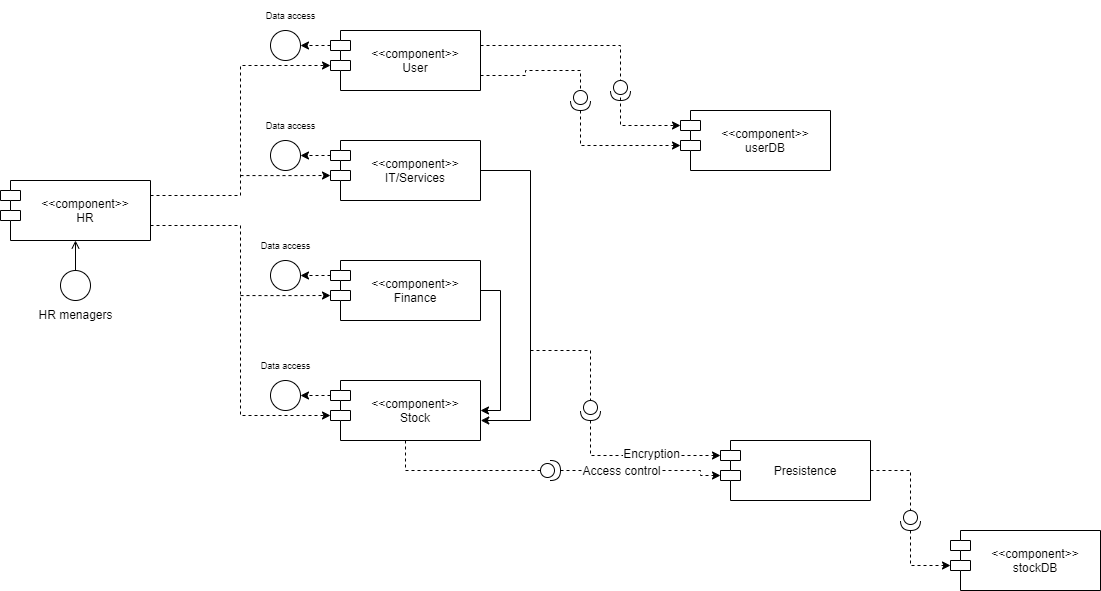
kjahaj/Inventory-system-Door-7-guys. keeps this draw.io diagram as Component Diagrams/HRComponent.drawio.png. Above is the earlier version. Source tidied: cells renumbered, new cells last; positions are measured from the earlier drawing's top-left corner, leaving out a move shared by most shapes. Its diagram source:
```xml
<mxGraphModel>
  <root>
    <mxCell id="0" />
    <mxCell id="1" parent="0" />
    <mxCell id="2" style="edgeStyle=orthogonalEdgeStyle;rounded=0;jettySize=auto;html=1;exitX=1;exitY=0.25;exitDx=0;exitDy=0;entryX=0;entryY=0;entryDx=0;entryDy=35;entryPerimeter=0;dashed=1;" parent="1" edge="1" source="4" target="17">
      <mxGeometry relative="1" as="geometry" />
    </mxCell>
    <mxCell id="3" style="edgeStyle=orthogonalEdgeStyle;rounded=0;jettySize=auto;html=1;exitX=1;exitY=0.75;exitDx=0;exitDy=0;entryX=0;entryY=0;entryDx=0;entryDy=35;entryPerimeter=0;dashed=1;" parent="1" edge="1" source="4" target="9">
      <mxGeometry relative="1" as="geometry" />
    </mxCell>
    <mxCell id="4" value="&lt;&lt;component&gt;&gt;&#10;HR" style="shape=module;align=left;spacingLeft=20;align=center;verticalAlign=middle;fillStyle=auto;horizontal=1;" parent="1" vertex="1">
      <mxGeometry y="180" width="150" height="60" as="geometry" />
    </mxCell>
    <mxCell id="5" style="ellipse;html=1;fillStyle=auto;" parent="1" vertex="1">
      <mxGeometry x="60" y="270" width="30" height="30" as="geometry" />
    </mxCell>
    <mxCell id="6" style="endArrow=open;html=1;rounded=0;align=center;verticalAlign=top;endFill=0;labelBackgroundColor=none;endSize=6;entryX=0.5;entryY=1;entryDx=0;entryDy=0;" parent="1" edge="1" source="5" target="4">
      <mxGeometry relative="1" as="geometry" />
    </mxCell>
    <mxCell id="7" value="HR menagers" style="text;html=1;align=center;verticalAlign=middle;strokeColor=none;fillColor=none;" parent="1" vertex="1">
      <mxGeometry x="25" y="300" width="100" height="30" as="geometry" />
    </mxCell>
    <mxCell id="8" style="edgeStyle=orthogonalEdgeStyle;rounded=0;jettySize=auto;html=1;exitX=0;exitY=0;exitDx=0;exitDy=15;exitPerimeter=0;dashed=1;" parent="1" edge="1" source="9">
      <mxGeometry relative="1" as="geometry">
        <mxPoint x="300" y="395.1" as="targetPoint" />
      </mxGeometry>
    </mxCell>
    <mxCell id="9" value="&lt;&lt;component&gt;&gt;&#10;Stock" style="shape=module;align=left;spacingLeft=20;align=center;verticalAlign=middle;fillStyle=auto;horizontal=1;" parent="1" vertex="1">
      <mxGeometry x="330" y="380" width="150" height="60" as="geometry" />
    </mxCell>
    <mxCell id="10" style="edgeStyle=orthogonalEdgeStyle;rounded=0;jettySize=auto;html=1;entryX=1;entryY=0.5;entryDx=0;entryDy=0;" parent="1" edge="1" source="12" target="9">
      <mxGeometry relative="1" as="geometry">
        <Array as="points">
          <mxPoint x="500" y="290" />
          <mxPoint x="500" y="410" />
        </Array>
      </mxGeometry>
    </mxCell>
    <mxCell id="11" style="edgeStyle=orthogonalEdgeStyle;rounded=0;jettySize=auto;html=1;exitX=0;exitY=0;exitDx=0;exitDy=35;exitPerimeter=0;dashed=1;entryX=0;entryY=0;entryDx=0;entryDy=35;entryPerimeter=0;" parent="1" edge="1" target="12">
      <mxGeometry relative="1" as="geometry">
        <mxPoint x="240" y="295.1" as="sourcePoint" />
      </mxGeometry>
    </mxCell>
    <mxCell id="12" value="&lt;&lt;component&gt;&gt;&#10;Finance" style="shape=module;align=left;spacingLeft=20;align=center;verticalAlign=middle;fillStyle=auto;horizontal=1;" parent="1" vertex="1">
      <mxGeometry x="330" y="260" width="150" height="60" as="geometry" />
    </mxCell>
    <mxCell id="13" style="edgeStyle=orthogonalEdgeStyle;rounded=0;jettySize=auto;html=1;exitX=1;exitY=0.5;exitDx=0;exitDy=0;" parent="1" edge="1" source="15">
      <mxGeometry relative="1" as="geometry">
        <mxPoint x="480.3" y="420" as="targetPoint" />
        <Array as="points">
          <mxPoint x="530" y="170" />
          <mxPoint x="530" y="420" />
        </Array>
      </mxGeometry>
    </mxCell>
    <mxCell id="14" style="edgeStyle=orthogonalEdgeStyle;rounded=0;jettySize=auto;html=1;exitX=0;exitY=0;exitDx=0;exitDy=35;exitPerimeter=0;dashed=1;entryX=0;entryY=0;entryDx=0;entryDy=35;entryPerimeter=0;" parent="1" edge="1" target="15">
      <mxGeometry relative="1" as="geometry">
        <mxPoint x="240" y="175.1" as="sourcePoint" />
      </mxGeometry>
    </mxCell>
    <mxCell id="15" value="&lt;&lt;component&gt;&gt;&#10;IT/Services" style="shape=module;align=left;spacingLeft=20;align=center;verticalAlign=middle;fillStyle=auto;horizontal=1;" parent="1" vertex="1">
      <mxGeometry x="330" y="140" width="150" height="60" as="geometry" />
    </mxCell>
    <mxCell id="16" style="edgeStyle=orthogonalEdgeStyle;rounded=0;jettySize=auto;html=1;exitX=1;exitY=0.25;exitDx=0;exitDy=0;entryX=0;entryY=0;entryDx=0;entryDy=15;entryPerimeter=0;dashed=1;fontSize=12;" parent="1" edge="1" source="17" target="43">
      <mxGeometry relative="1" as="geometry">
        <Array as="points">
          <mxPoint x="620" y="45" />
          <mxPoint x="620" y="125" />
        </Array>
      </mxGeometry>
    </mxCell>
    <mxCell id="17" value="&lt;&lt;component&gt;&gt;&#10;User" style="shape=module;align=left;spacingLeft=20;align=center;verticalAlign=middle;fillStyle=auto;horizontal=1;" parent="1" vertex="1">
      <mxGeometry x="330" y="30" width="150" height="60" as="geometry" />
    </mxCell>
    <mxCell id="18" style="ellipse;html=1;fillStyle=auto;" parent="1" vertex="1">
      <mxGeometry x="270" y="380" width="30" height="30" as="geometry" />
    </mxCell>
    <mxCell id="19" style="edgeStyle=orthogonalEdgeStyle;rounded=0;orthogonalLoop=1;jettySize=auto;html=1;exitX=0;exitY=0;exitDx=0;exitDy=15;exitPerimeter=0;dashed=1;" parent="1" edge="1">
      <mxGeometry relative="1" as="geometry">
        <mxPoint x="330" y="275" as="sourcePoint" />
        <mxPoint x="300" y="275.1" as="targetPoint" />
      </mxGeometry>
    </mxCell>
    <mxCell id="20" style="ellipse;html=1;fillStyle=auto;" parent="1" vertex="1">
      <mxGeometry x="270" y="260" width="30" height="30" as="geometry" />
    </mxCell>
    <mxCell id="21" style="edgeStyle=orthogonalEdgeStyle;rounded=0;orthogonalLoop=1;jettySize=auto;html=1;exitX=0;exitY=0;exitDx=0;exitDy=15;exitPerimeter=0;dashed=1;" parent="1" edge="1">
      <mxGeometry relative="1" as="geometry">
        <mxPoint x="330" y="155" as="sourcePoint" />
        <mxPoint x="300" y="155.1" as="targetPoint" />
      </mxGeometry>
    </mxCell>
    <mxCell id="22" style="ellipse;html=1;fillStyle=auto;" parent="1" vertex="1">
      <mxGeometry x="270" y="140" width="30" height="30" as="geometry" />
    </mxCell>
    <mxCell id="23" style="edgeStyle=orthogonalEdgeStyle;rounded=0;orthogonalLoop=1;jettySize=auto;html=1;exitX=0;exitY=0;exitDx=0;exitDy=15;exitPerimeter=0;dashed=1;" parent="1" edge="1">
      <mxGeometry relative="1" as="geometry">
        <mxPoint x="330" y="45" as="sourcePoint" />
        <mxPoint x="300" y="45.1" as="targetPoint" />
      </mxGeometry>
    </mxCell>
    <mxCell id="24" style="ellipse;html=1;fillStyle=auto;" parent="1" vertex="1">
      <mxGeometry x="270" y="30" width="30" height="30" as="geometry" />
    </mxCell>
    <mxCell id="25" value="&lt;font style=&quot;font-size: 9px;&quot;&gt;Data access&lt;/font&gt;" style="text;html=1;align=center;verticalAlign=middle;strokeColor=none;fillColor=none;" parent="1" vertex="1">
      <mxGeometry x="255" width="70" height="30" as="geometry" />
    </mxCell>
    <mxCell id="26" value="&lt;font style=&quot;font-size: 9px;&quot;&gt;Data access&lt;/font&gt;" style="text;html=1;align=center;verticalAlign=middle;strokeColor=none;fillColor=none;" parent="1" vertex="1">
      <mxGeometry x="250" y="350" width="70" height="30" as="geometry" />
    </mxCell>
    <mxCell id="27" value="&lt;font style=&quot;font-size: 9px;&quot;&gt;Data access&lt;/font&gt;" style="text;html=1;align=center;verticalAlign=middle;strokeColor=none;fillColor=none;" parent="1" vertex="1">
      <mxGeometry x="250" y="230" width="70" height="30" as="geometry" />
    </mxCell>
    <mxCell id="28" value="&lt;font style=&quot;font-size: 9px;&quot;&gt;Data access&lt;/font&gt;" style="text;html=1;align=center;verticalAlign=middle;strokeColor=none;fillColor=none;" parent="1" vertex="1">
      <mxGeometry x="255" y="110" width="70" height="30" as="geometry" />
    </mxCell>
    <mxCell id="29" style="edgeStyle=orthogonalEdgeStyle;rounded=0;jettySize=auto;html=1;exitX=1;exitY=0.5;exitDx=0;exitDy=0;entryX=0;entryY=0;entryDx=0;entryDy=35;dashed=1;fontSize=9;entryPerimeter=0;startArrow=none;exitPerimeter=0;" parent="1" edge="1" source="38" target="32">
      <mxGeometry relative="1" as="geometry">
        <Array as="points">
          <mxPoint x="700" y="470" />
          <mxPoint x="700" y="475" />
        </Array>
      </mxGeometry>
    </mxCell>
    <mxCell id="30" value="Access control" style="edgeLabel;html=1;align=center;verticalAlign=middle;fontSize=12;" parent="29" vertex="1">
      <mxGeometry x="-0.43" y="-3" relative="1" as="geometry">
        <mxPoint x="13" y="-3" as="offset" />
      </mxGeometry>
    </mxCell>
    <mxCell id="31" style="edgeStyle=orthogonalEdgeStyle;rounded=0;jettySize=auto;html=1;dashed=1;fontSize=9;entryX=0;entryY=0;entryDx=0;entryDy=35;entryPerimeter=0;startArrow=none;exitX=1;exitY=0.5;exitDx=0;exitDy=0;exitPerimeter=0;" parent="1" edge="1" source="41" target="39">
      <mxGeometry relative="1" as="geometry" />
    </mxCell>
    <mxCell id="32" value="Presistence" style="shape=module;align=left;spacingLeft=20;align=center;verticalAlign=middle;fillStyle=auto;horizontal=1;" parent="1" vertex="1">
      <mxGeometry x="720" y="440" width="150" height="60" as="geometry" />
    </mxCell>
    <mxCell id="33" style="endArrow=classic;html=1;rounded=0;dashed=1;fontSize=9;entryX=0;entryY=0;entryDx=0;entryDy=15;entryPerimeter=0;startArrow=none;" parent="1" edge="1" source="36" target="32">
      <mxGeometry relative="1" as="geometry">
        <Array as="points">
          <mxPoint x="590" y="455" />
        </Array>
      </mxGeometry>
    </mxCell>
    <mxCell id="34" value="&lt;font style=&quot;font-size: 12px;&quot;&gt;Encryption&lt;/font&gt;" style="edgeLabel;html=1;align=center;verticalAlign=middle;fontSize=9;" parent="33" vertex="1">
      <mxGeometry x="-0.2" y="2" relative="1" as="geometry">
        <mxPoint x="29" as="offset" />
      </mxGeometry>
    </mxCell>
    <mxCell id="35" style="endArrow=none;html=1;rounded=0;dashed=1;fontSize=9;entryX=0;entryY=0.5;entryDx=0;entryDy=0;entryPerimeter=0;" parent="1" edge="1" target="36">
      <mxGeometry relative="1" as="geometry">
        <mxPoint x="530" y="350" as="sourcePoint" />
        <Array as="points">
          <mxPoint x="590" y="350" />
        </Array>
      </mxGeometry>
    </mxCell>
    <mxCell id="36" style="shape=providedRequiredInterface;html=1;verticalLabelPosition=bottom;sketch=0;fontSize=9;direction=south;" parent="1" vertex="1">
      <mxGeometry x="580" y="400" width="20" height="20" as="geometry" />
    </mxCell>
    <mxCell id="37" style="edgeStyle=orthogonalEdgeStyle;rounded=0;jettySize=auto;html=1;exitX=0.5;exitY=1;exitDx=0;exitDy=0;entryX=0;entryY=0.5;entryDx=0;entryDy=0;dashed=1;fontSize=9;entryPerimeter=0;endArrow=none;" parent="1" edge="1" source="9" target="38">
      <mxGeometry relative="1" as="geometry">
        <Array as="points">
          <mxPoint x="405" y="470" />
        </Array>
      </mxGeometry>
    </mxCell>
    <mxCell id="38" style="shape=providedRequiredInterface;html=1;verticalLabelPosition=bottom;sketch=0;fontSize=9;" parent="1" vertex="1">
      <mxGeometry x="540" y="460" width="20" height="20" as="geometry" />
    </mxCell>
    <mxCell id="39" value="&lt;&lt;component&gt;&gt;&#10;stockDB" style="shape=module;align=left;spacingLeft=20;align=center;verticalAlign=middle;fillStyle=auto;horizontal=1;" parent="1" vertex="1">
      <mxGeometry x="950" y="530" width="150" height="60" as="geometry" />
    </mxCell>
    <mxCell id="40" style="edgeStyle=orthogonalEdgeStyle;rounded=0;jettySize=auto;html=1;dashed=1;fontSize=9;entryX=0;entryY=0.5;entryDx=0;entryDy=0;entryPerimeter=0;endArrow=none;" parent="1" edge="1" source="32" target="41">
      <mxGeometry relative="1" as="geometry" />
    </mxCell>
    <mxCell id="41" style="shape=providedRequiredInterface;html=1;verticalLabelPosition=bottom;sketch=0;fontSize=9;direction=south;" parent="1" vertex="1">
      <mxGeometry x="900" y="510" width="20" height="20" as="geometry" />
    </mxCell>
    <mxCell id="42" style="edgeStyle=orthogonalEdgeStyle;rounded=0;jettySize=auto;html=1;exitX=1;exitY=0.5;exitDx=0;exitDy=0;entryX=0;entryY=0;entryDx=0;entryDy=35;dashed=1;fontSize=12;entryPerimeter=0;startArrow=none;exitPerimeter=0;" parent="1" edge="1" source="45" target="43">
      <mxGeometry relative="1" as="geometry" />
    </mxCell>
    <mxCell id="43" value="&lt;&lt;component&gt;&gt;&#10;userDB" style="shape=module;align=left;spacingLeft=20;align=center;verticalAlign=middle;fillStyle=auto;horizontal=1;" parent="1" vertex="1">
      <mxGeometry x="680" y="110" width="150" height="60" as="geometry" />
    </mxCell>
    <mxCell id="44" style="edgeStyle=orthogonalEdgeStyle;rounded=0;jettySize=auto;html=1;exitX=1;exitY=0.75;exitDx=0;exitDy=0;entryX=0;entryY=0.5;entryDx=0;entryDy=0;dashed=1;fontSize=12;entryPerimeter=0;endArrow=none;" parent="1" edge="1" source="17" target="45">
      <mxGeometry relative="1" as="geometry" />
    </mxCell>
    <mxCell id="45" style="shape=providedRequiredInterface;html=1;verticalLabelPosition=bottom;sketch=0;fontSize=9;direction=south;" parent="1" vertex="1">
      <mxGeometry x="570" y="90" width="20" height="20" as="geometry" />
    </mxCell>
    <mxCell id="46" style="shape=providedRequiredInterface;html=1;verticalLabelPosition=bottom;sketch=0;fontSize=9;direction=south;" parent="1" vertex="1">
      <mxGeometry x="610" y="80" width="20" height="20" as="geometry" />
    </mxCell>
  </root>
</mxGraphModel>
```
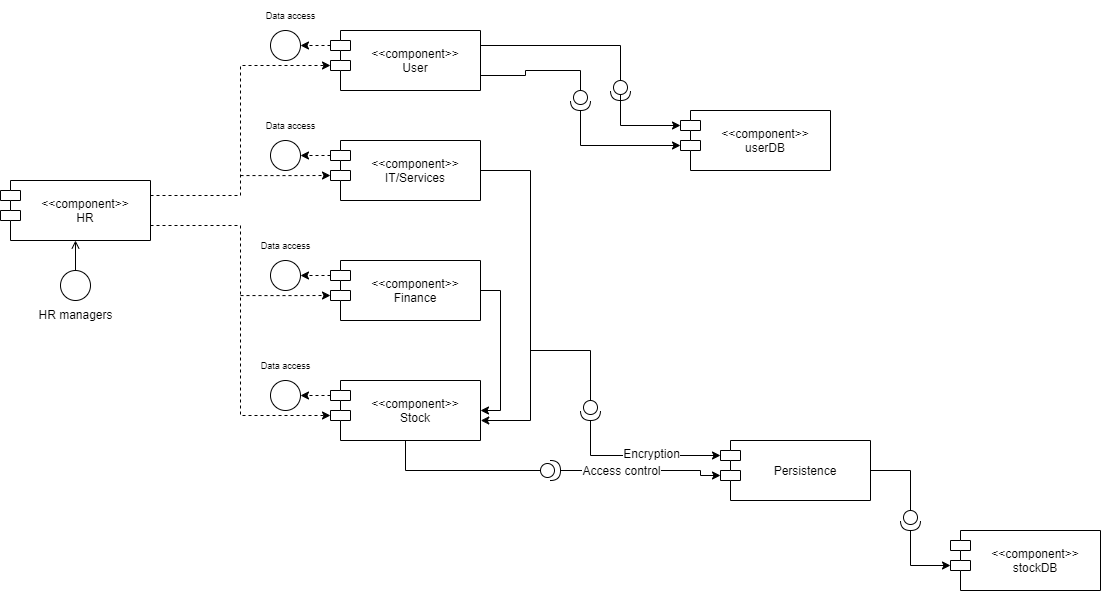
Above is the later version.

Change to the diagram source:
```diff
@@ -17,7 +17,7 @@
     <mxCell id="6" style="endArrow=open;html=1;rounded=0;align=center;verticalAlign=top;endFill=0;labelBackgroundColor=none;endSize=6;entryX=0.5;entryY=1;entryDx=0;entryDy=0;" parent="1" edge="1" source="5" target="4">
       <mxGeometry relative="1" as="geometry" />
     </mxCell>
-    <mxCell id="7" value="HR menagers" style="text;html=1;align=center;verticalAlign=middle;strokeColor=none;fillColor=none;" parent="1" vertex="1">
+    <mxCell id="7" value="HR managers" style="text;html=1;align=center;verticalAlign=middle;strokeColor=none;fillColor=none;" parent="1" vertex="1">
       <mxGeometry x="25" y="300" width="100" height="30" as="geometry" />
     </mxCell>
     <mxCell id="8" style="edgeStyle=orthogonalEdgeStyle;rounded=0;jettySize=auto;html=1;exitX=0;exitY=0;exitDx=0;exitDy=15;exitPerimeter=0;dashed=1;" parent="1" edge="1" source="9">
@@ -61,7 +61,7 @@
     <mxCell id="15" value="&lt;&lt;component&gt;&gt;&#10;IT/Services" style="shape=module;align=left;spacingLeft=20;align=center;verticalAlign=middle;fillStyle=auto;horizontal=1;" parent="1" vertex="1">
       <mxGeometry x="330" y="140" width="150" height="60" as="geometry" />
     </mxCell>
-    <mxCell id="16" style="edgeStyle=orthogonalEdgeStyle;rounded=0;jettySize=auto;html=1;exitX=1;exitY=0.25;exitDx=0;exitDy=0;entryX=0;entryY=0;entryDx=0;entryDy=15;entryPerimeter=0;dashed=1;fontSize=12;" parent="1" edge="1" source="17" target="43">
+    <mxCell id="16" style="edgeStyle=orthogonalEdgeStyle;rounded=0;jettySize=auto;html=1;exitX=1;exitY=0.25;exitDx=0;exitDy=0;entryX=0;entryY=0;entryDx=0;entryDy=15;entryPerimeter=0;fontSize=12;" parent="1" edge="1" source="17" target="43">
       <mxGeometry relative="1" as="geometry">
         <Array as="points">
           <mxPoint x="620" y="45" />
@@ -114,7 +114,7 @@
     <mxCell id="28" value="&lt;font style=&quot;font-size: 9px;&quot;&gt;Data access&lt;/font&gt;" style="text;html=1;align=center;verticalAlign=middle;strokeColor=none;fillColor=none;" parent="1" vertex="1">
       <mxGeometry x="255" y="110" width="70" height="30" as="geometry" />
     </mxCell>
-    <mxCell id="29" style="edgeStyle=orthogonalEdgeStyle;rounded=0;jettySize=auto;html=1;exitX=1;exitY=0.5;exitDx=0;exitDy=0;entryX=0;entryY=0;entryDx=0;entryDy=35;dashed=1;fontSize=9;entryPerimeter=0;startArrow=none;exitPerimeter=0;" parent="1" edge="1" source="38" target="32">
+    <mxCell id="29" style="edgeStyle=orthogonalEdgeStyle;rounded=0;jettySize=auto;html=1;exitX=1;exitY=0.5;exitDx=0;exitDy=0;entryX=0;entryY=0;entryDx=0;entryDy=35;fontSize=9;entryPerimeter=0;startArrow=none;exitPerimeter=0;" parent="1" edge="1" source="38" target="32">
       <mxGeometry relative="1" as="geometry">
         <Array as="points">
           <mxPoint x="700" y="470" />
@@ -127,13 +127,13 @@
         <mxPoint x="13" y="-3" as="offset" />
       </mxGeometry>
     </mxCell>
-    <mxCell id="31" style="edgeStyle=orthogonalEdgeStyle;rounded=0;jettySize=auto;html=1;dashed=1;fontSize=9;entryX=0;entryY=0;entryDx=0;entryDy=35;entryPerimeter=0;startArrow=none;exitX=1;exitY=0.5;exitDx=0;exitDy=0;exitPerimeter=0;" parent="1" edge="1" source="41" target="39">
+    <mxCell id="31" style="edgeStyle=orthogonalEdgeStyle;rounded=0;jettySize=auto;html=1;fontSize=9;entryX=0;entryY=0;entryDx=0;entryDy=35;entryPerimeter=0;startArrow=none;exitX=1;exitY=0.5;exitDx=0;exitDy=0;exitPerimeter=0;" parent="1" edge="1" source="41" target="39">
       <mxGeometry relative="1" as="geometry" />
     </mxCell>
-    <mxCell id="32" value="Presistence" style="shape=module;align=left;spacingLeft=20;align=center;verticalAlign=middle;fillStyle=auto;horizontal=1;" parent="1" vertex="1">
+    <mxCell id="32" value="Persistence" style="shape=module;align=left;spacingLeft=20;align=center;verticalAlign=middle;fillStyle=auto;horizontal=1;" parent="1" vertex="1">
       <mxGeometry x="720" y="440" width="150" height="60" as="geometry" />
     </mxCell>
-    <mxCell id="33" style="endArrow=classic;html=1;rounded=0;dashed=1;fontSize=9;entryX=0;entryY=0;entryDx=0;entryDy=15;entryPerimeter=0;startArrow=none;" parent="1" edge="1" source="36" target="32">
+    <mxCell id="33" style="endArrow=classic;html=1;rounded=0;fontSize=9;entryX=0;entryY=0;entryDx=0;entryDy=15;entryPerimeter=0;startArrow=none;" parent="1" edge="1" source="36" target="32">
       <mxGeometry relative="1" as="geometry">
         <Array as="points">
           <mxPoint x="590" y="455" />
@@ -145,7 +145,7 @@
         <mxPoint x="29" as="offset" />
       </mxGeometry>
     </mxCell>
-    <mxCell id="35" style="endArrow=none;html=1;rounded=0;dashed=1;fontSize=9;entryX=0;entryY=0.5;entryDx=0;entryDy=0;entryPerimeter=0;" parent="1" edge="1" target="36">
+    <mxCell id="35" style="endArrow=none;html=1;rounded=0;fontSize=9;entryX=0;entryY=0.5;entryDx=0;entryDy=0;entryPerimeter=0;" parent="1" edge="1" target="36">
       <mxGeometry relative="1" as="geometry">
         <mxPoint x="530" y="350" as="sourcePoint" />
         <Array as="points">
@@ -156,7 +156,7 @@
     <mxCell id="36" style="shape=providedRequiredInterface;html=1;verticalLabelPosition=bottom;sketch=0;fontSize=9;direction=south;" parent="1" vertex="1">
       <mxGeometry x="580" y="400" width="20" height="20" as="geometry" />
     </mxCell>
-    <mxCell id="37" style="edgeStyle=orthogonalEdgeStyle;rounded=0;jettySize=auto;html=1;exitX=0.5;exitY=1;exitDx=0;exitDy=0;entryX=0;entryY=0.5;entryDx=0;entryDy=0;dashed=1;fontSize=9;entryPerimeter=0;endArrow=none;" parent="1" edge="1" source="9" target="38">
+    <mxCell id="37" style="edgeStyle=orthogonalEdgeStyle;rounded=0;jettySize=auto;html=1;exitX=0.5;exitY=1;exitDx=0;exitDy=0;entryX=0;entryY=0.5;entryDx=0;entryDy=0;fontSize=9;entryPerimeter=0;endArrow=none;" parent="1" edge="1" source="9" target="38">
       <mxGeometry relative="1" as="geometry">
         <Array as="points">
           <mxPoint x="405" y="470" />
@@ -169,19 +169,19 @@
     <mxCell id="39" value="&lt;&lt;component&gt;&gt;&#10;stockDB" style="shape=module;align=left;spacingLeft=20;align=center;verticalAlign=middle;fillStyle=auto;horizontal=1;" parent="1" vertex="1">
       <mxGeometry x="950" y="530" width="150" height="60" as="geometry" />
     </mxCell>
-    <mxCell id="40" style="edgeStyle=orthogonalEdgeStyle;rounded=0;jettySize=auto;html=1;dashed=1;fontSize=9;entryX=0;entryY=0.5;entryDx=0;entryDy=0;entryPerimeter=0;endArrow=none;" parent="1" edge="1" source="32" target="41">
+    <mxCell id="40" style="edgeStyle=orthogonalEdgeStyle;rounded=0;jettySize=auto;html=1;fontSize=9;entryX=0;entryY=0.5;entryDx=0;entryDy=0;entryPerimeter=0;endArrow=none;" parent="1" edge="1" source="32" target="41">
       <mxGeometry relative="1" as="geometry" />
     </mxCell>
     <mxCell id="41" style="shape=providedRequiredInterface;html=1;verticalLabelPosition=bottom;sketch=0;fontSize=9;direction=south;" parent="1" vertex="1">
       <mxGeometry x="900" y="510" width="20" height="20" as="geometry" />
     </mxCell>
-    <mxCell id="42" style="edgeStyle=orthogonalEdgeStyle;rounded=0;jettySize=auto;html=1;exitX=1;exitY=0.5;exitDx=0;exitDy=0;entryX=0;entryY=0;entryDx=0;entryDy=35;dashed=1;fontSize=12;entryPerimeter=0;startArrow=none;exitPerimeter=0;" parent="1" edge="1" source="45" target="43">
+    <mxCell id="42" style="edgeStyle=orthogonalEdgeStyle;rounded=0;jettySize=auto;html=1;exitX=1;exitY=0.5;exitDx=0;exitDy=0;entryX=0;entryY=0;entryDx=0;entryDy=35;fontSize=12;entryPerimeter=0;startArrow=none;exitPerimeter=0;" parent="1" edge="1" source="45" target="43">
       <mxGeometry relative="1" as="geometry" />
     </mxCell>
     <mxCell id="43" value="&lt;&lt;component&gt;&gt;&#10;userDB" style="shape=module;align=left;spacingLeft=20;align=center;verticalAlign=middle;fillStyle=auto;horizontal=1;" parent="1" vertex="1">
       <mxGeometry x="680" y="110" width="150" height="60" as="geometry" />
     </mxCell>
-    <mxCell id="44" style="edgeStyle=orthogonalEdgeStyle;rounded=0;jettySize=auto;html=1;exitX=1;exitY=0.75;exitDx=0;exitDy=0;entryX=0;entryY=0.5;entryDx=0;entryDy=0;dashed=1;fontSize=12;entryPerimeter=0;endArrow=none;" parent="1" edge="1" source="17" target="45">
+    <mxCell id="44" style="edgeStyle=orthogonalEdgeStyle;rounded=0;jettySize=auto;html=1;exitX=1;exitY=0.75;exitDx=0;exitDy=0;entryX=0;entryY=0.5;entryDx=0;entryDy=0;fontSize=12;entryPerimeter=0;endArrow=none;" parent="1" edge="1" source="17" target="45">
       <mxGeometry relative="1" as="geometry" />
     </mxCell>
     <mxCell id="45" style="shape=providedRequiredInterface;html=1;verticalLabelPosition=bottom;sketch=0;fontSize=9;direction=south;" parent="1" vertex="1">
```
